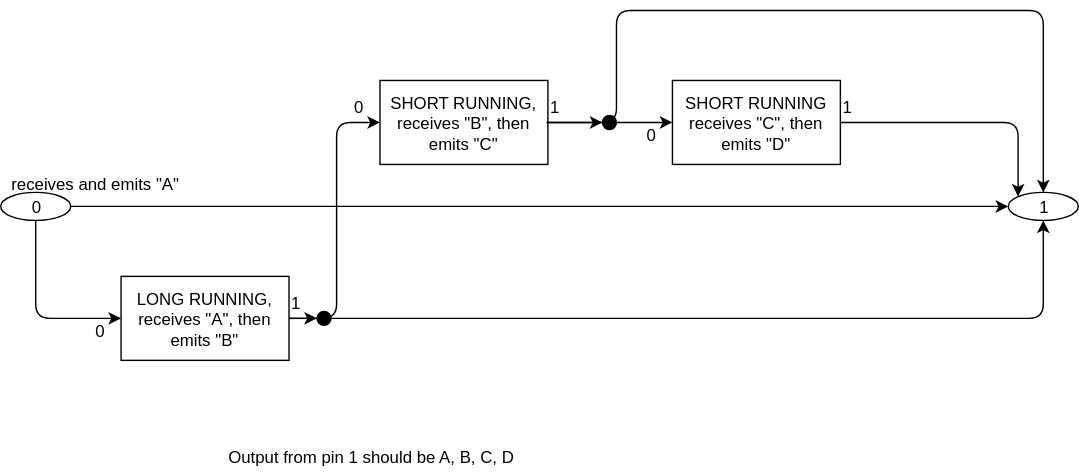
The draw.io diagram drawings/composite-order-test.svg in bmfbp/bmfbp, before a commit. Source tidied: cells renumbered, new cells last; positions are measured from the earlier drawing's top-left corner, leaving out a move shared by most shapes. The source it was exported from:
```xml
<mxGraphModel>
  <root>
    <mxCell id="0" />
    <mxCell id="1" parent="0" />
    <mxCell id="2" value="SHORT RUNNING, receives &quot;B&quot;, then emits &quot;C&quot;" style="rounded=0;whiteSpace=wrap;html=1;" parent="1" vertex="1">
      <mxGeometry x="271" y="50" width="120" height="60" as="geometry" />
    </mxCell>
    <mxCell id="3" value="SHORT RUNNING receives &quot;C&quot;, then emits &quot;D&quot;" style="rounded=0;whiteSpace=wrap;html=1;" parent="1" vertex="1">
      <mxGeometry x="480" y="50" width="120" height="60" as="geometry" />
    </mxCell>
    <mxCell id="4" value="LONG RUNNING, receives &quot;A&quot;, then emits &quot;B&quot;" style="rounded=0;whiteSpace=wrap;html=1;" parent="1" vertex="1">
      <mxGeometry x="86" y="190" width="120" height="60" as="geometry" />
    </mxCell>
    <mxCell id="5" value="0" style="ellipse;whiteSpace=wrap;html=1;" parent="1" vertex="1">
      <mxGeometry y="130" width="50" height="20" as="geometry" />
    </mxCell>
    <mxCell id="6" style="edgeStyle=orthogonalEdgeStyle;rounded=0;html=1;exitX=0.5;exitY=1;exitDx=0;exitDy=0;jettySize=auto;" parent="1" edge="1" source="7">
      <mxGeometry relative="1" as="geometry">
        <mxPoint x="745" y="150" as="targetPoint" />
      </mxGeometry>
    </mxCell>
    <mxCell id="7" value="1" style="ellipse;whiteSpace=wrap;html=1;" parent="1" vertex="1">
      <mxGeometry x="720" y="130" width="50" height="20" as="geometry" />
    </mxCell>
    <mxCell id="8" style="endArrow=classic;html=1;entryX=0;entryY=0.5;entryDx=0;entryDy=0;" parent="1" edge="1" source="25" target="3">
      <mxGeometry relative="1" as="geometry" />
    </mxCell>
    <mxCell id="9" style="endArrow=classic;html=1;entryX=0;entryY=0.5;entryDx=0;entryDy=0;exitX=1;exitY=0.5;exitDx=0;exitDy=0;" parent="1" edge="1" source="5" target="7">
      <mxGeometry relative="1" as="geometry" />
    </mxCell>
    <mxCell id="10" style="endArrow=classic;html=1;entryX=0;entryY=0.5;entryDx=0;entryDy=0;exitX=0.5;exitY=1;exitDx=0;exitDy=0;" parent="1" edge="1" source="5" target="4">
      <mxGeometry relative="1" as="geometry">
        <Array as="points">
          <mxPoint x="25" y="220" />
        </Array>
      </mxGeometry>
    </mxCell>
    <mxCell id="11" style="endArrow=classic;html=1;entryX=0.5;entryY=1;entryDx=0;entryDy=0;exitX=1;exitY=0.5;exitDx=0;exitDy=0;" parent="1" edge="1" source="23" target="7">
      <mxGeometry relative="1" as="geometry">
        <Array as="points">
          <mxPoint x="745" y="220" />
        </Array>
      </mxGeometry>
    </mxCell>
    <mxCell id="12" style="endArrow=classic;html=1;exitX=1;exitY=0.5;exitDx=0;exitDy=0;entryX=0;entryY=0;entryDx=0;entryDy=0;" parent="1" edge="1" source="3" target="7">
      <mxGeometry relative="1" as="geometry">
        <Array as="points">
          <mxPoint x="727" y="80" />
        </Array>
      </mxGeometry>
    </mxCell>
    <mxCell id="13" value="receives and emits &quot;A&quot;" style="text;html=1;align=left;verticalAlign=top;spacingTop=-4;" parent="1" vertex="1">
      <mxGeometry x="6" y="115" width="140" height="20" as="geometry" />
    </mxCell>
    <mxCell id="14" value="Output from pin 1 should be A, B, C, D&lt;br&gt;" style="text;html=1;align=left;verticalAlign=top;spacingTop=-4;" parent="1" vertex="1">
      <mxGeometry x="161" y="310" width="220" height="20" as="geometry" />
    </mxCell>
    <mxCell id="15" style="endArrow=classic;html=1;entryX=0;entryY=0.5;entryDx=0;entryDy=0;exitX=1;exitY=0.5;exitDx=0;exitDy=0;" parent="1" edge="1" source="4" target="2">
      <mxGeometry relative="1" as="geometry">
        <Array as="points">
          <mxPoint x="240" y="220" />
          <mxPoint x="240" y="80" />
        </Array>
      </mxGeometry>
    </mxCell>
    <mxCell id="16" style="endArrow=classic;html=1;entryX=0.5;entryY=0;entryDx=0;entryDy=0;exitX=1;exitY=0.5;exitDx=0;exitDy=0;" parent="1" edge="1" source="2" target="7">
      <mxGeometry relative="1" as="geometry">
        <Array as="points">
          <mxPoint x="440" y="80" />
          <mxPoint x="440" />
          <mxPoint x="630" />
          <mxPoint x="745" />
        </Array>
      </mxGeometry>
    </mxCell>
    <mxCell id="17" value="0" style="text;html=1;align=left;verticalAlign=top;spacingTop=-4;" parent="1" vertex="1">
      <mxGeometry x="66" y="220" width="20" height="20" as="geometry" />
    </mxCell>
    <mxCell id="18" value="0" style="text;html=1;align=left;verticalAlign=top;spacingTop=-4;" parent="1" vertex="1">
      <mxGeometry x="251" y="60" width="20" height="20" as="geometry" />
    </mxCell>
    <mxCell id="19" value="0" style="text;html=1;align=left;verticalAlign=top;spacingTop=-4;" parent="1" vertex="1">
      <mxGeometry x="460" y="80" width="20" height="20" as="geometry" />
    </mxCell>
    <mxCell id="20" value="1&lt;br&gt;" style="text;html=1;align=left;verticalAlign=top;spacingTop=-4;" parent="1" vertex="1">
      <mxGeometry x="206" y="200" width="20" height="20" as="geometry" />
    </mxCell>
    <mxCell id="21" value="1&lt;br&gt;" style="text;html=1;align=left;verticalAlign=top;spacingTop=-4;" parent="1" vertex="1">
      <mxGeometry x="391" y="60" width="20" height="20" as="geometry" />
    </mxCell>
    <mxCell id="22" value="1&lt;br&gt;" style="text;html=1;align=left;verticalAlign=top;spacingTop=-4;" parent="1" vertex="1">
      <mxGeometry x="600" y="60" width="20" height="20" as="geometry" />
    </mxCell>
    <mxCell id="23" style="ellipse;whiteSpace=wrap;html=1;fillColor=#000000;" parent="1" vertex="1">
      <mxGeometry x="226" y="215" width="10" height="10" as="geometry" />
    </mxCell>
    <mxCell id="24" style="endArrow=classic;html=1;entryX=0;entryY=0.5;entryDx=0;entryDy=0;exitX=1;exitY=0.5;exitDx=0;exitDy=0;" parent="1" edge="1" source="4" target="23">
      <mxGeometry relative="1" as="geometry" />
    </mxCell>
    <mxCell id="25" style="ellipse;whiteSpace=wrap;html=1;fillColor=#000000;" parent="1" vertex="1">
      <mxGeometry x="430" y="75" width="10" height="10" as="geometry" />
    </mxCell>
    <mxCell id="26" style="endArrow=classic;html=1;entryX=0;entryY=0.5;entryDx=0;entryDy=0;" parent="1" edge="1" target="25">
      <mxGeometry relative="1" as="geometry">
        <mxPoint x="390" y="80" as="sourcePoint" />
      </mxGeometry>
    </mxCell>
  </root>
</mxGraphModel>
```
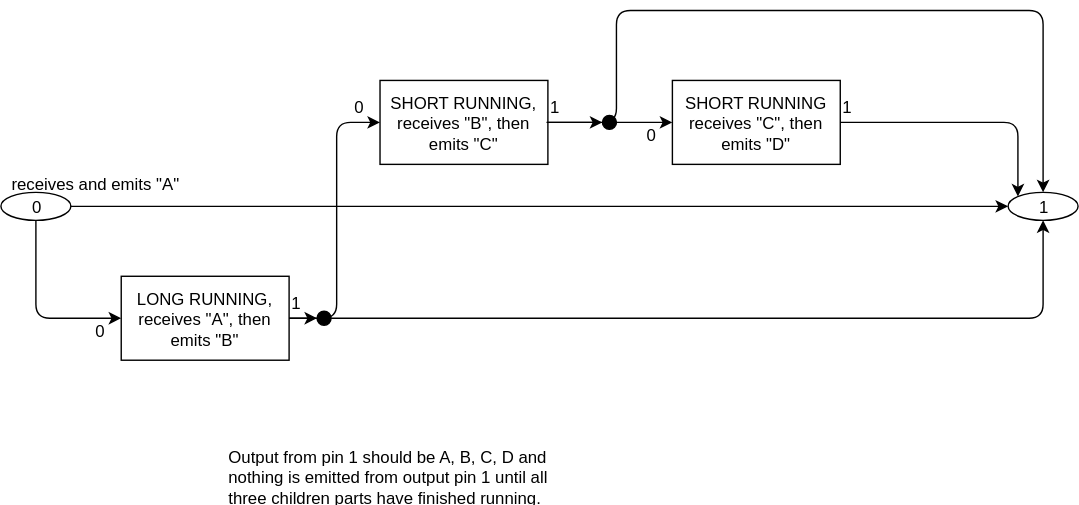
After the change.

Commit message:
added documentation - Composite does not emit any events until children have finished processing

Diff of the diagram source:
```diff
@@ -52,8 +52,8 @@
     <mxCell id="13" value="receives and emits &quot;A&quot;" style="text;html=1;align=left;verticalAlign=top;spacingTop=-4;" parent="1" vertex="1">
       <mxGeometry x="6" y="115" width="140" height="20" as="geometry" />
     </mxCell>
-    <mxCell id="14" value="Output from pin 1 should be A, B, C, D&lt;br&gt;" style="text;html=1;align=left;verticalAlign=top;spacingTop=-4;" parent="1" vertex="1">
-      <mxGeometry x="161" y="310" width="220" height="20" as="geometry" />
+    <mxCell id="14" value="Output from pin 1 should be A, B, C, D and&lt;br&gt;nothing is emitted from output pin 1 until all&lt;br&gt;three children parts have finished running.&lt;br&gt;" style="text;html=1;align=left;verticalAlign=top;spacingTop=-4;" parent="1" vertex="1">
+      <mxGeometry x="161" y="310" width="240" height="40" as="geometry" />
     </mxCell>
     <mxCell id="15" style="endArrow=classic;html=1;entryX=0;entryY=0.5;entryDx=0;entryDy=0;exitX=1;exitY=0.5;exitDx=0;exitDy=0;" parent="1" edge="1" source="4" target="2">
       <mxGeometry relative="1" as="geometry">
```
